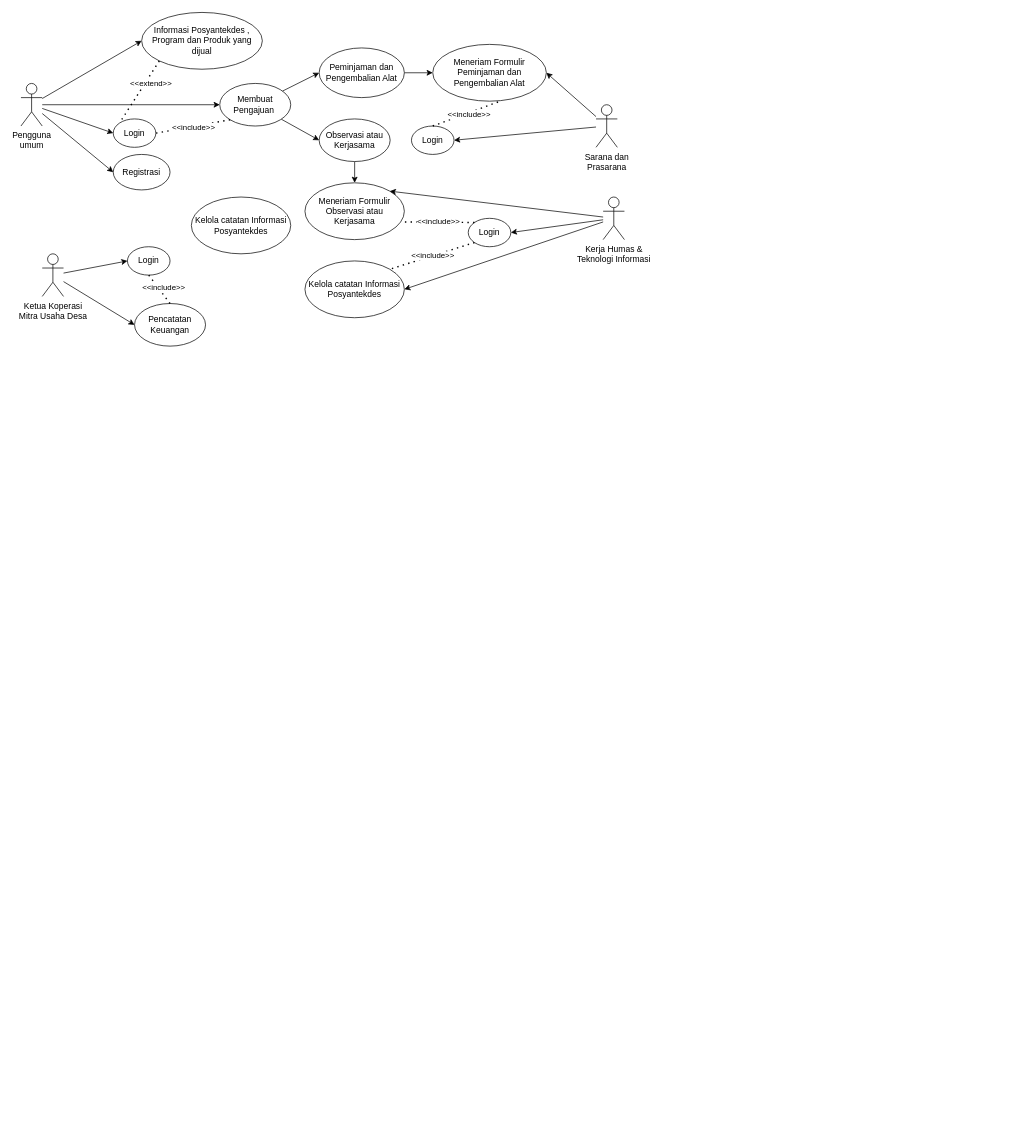
Earlier version of the draw.io diagram OOAD/uas/usecase/main.drawio (syukrillah0108/Sem_4). Source tidied: cells renumbered, new cells numbered last; positions are measured from the earlier drawing's top-left corner, leaving out a move shared by most shapes. Both pictures are drawn from the tidied source at 71%, with x=0, y=0 at pixel (21, 12).
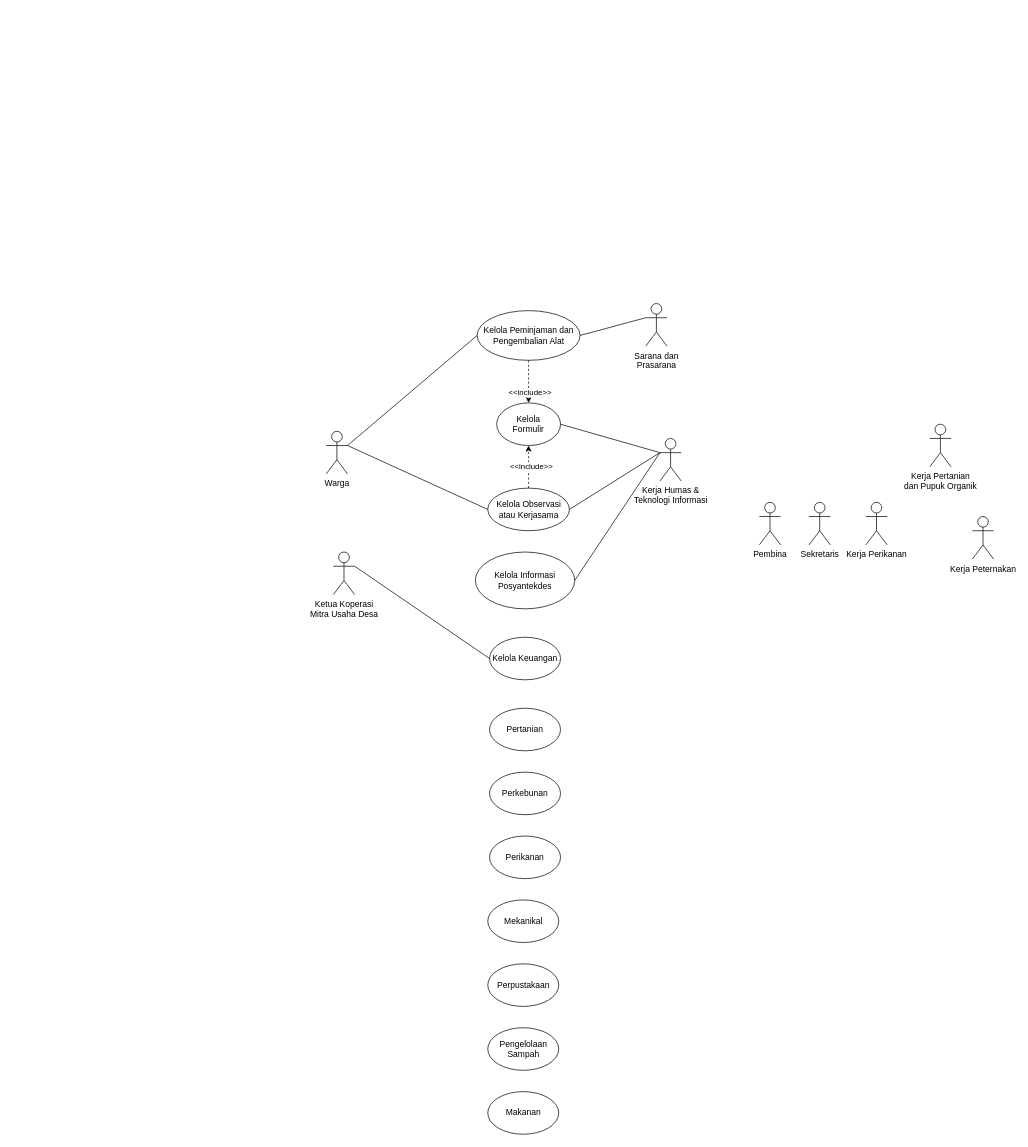
Above is the later version.

Diff of the diagram source:
```diff
@@
-    <mxCell id="2" style="edgeStyle=none;html=1;entryX=0;entryY=0.5;entryDx=0;entryDy=0;" parent="1" edge="1" source="6" target="7">
-      <mxGeometry relative="1" as="geometry" />
-    </mxCell>
-    <mxCell id="3" style="edgeStyle=none;html=1;entryX=0;entryY=0.5;entryDx=0;entryDy=0;" parent="1" edge="1" source="6" target="8">
-      <mxGeometry relative="1" as="geometry" />
-    </mxCell>
-    <mxCell id="4" style="edgeStyle=none;html=1;entryX=0;entryY=0.5;entryDx=0;entryDy=0;" parent="1" edge="1" source="6" target="9">
-      <mxGeometry relative="1" as="geometry" />
-    </mxCell>
-    <mxCell id="5" style="edgeStyle=none;html=1;entryX=0;entryY=0.5;entryDx=0;entryDy=0;" parent="1" edge="1" source="6" target="22">
-      <mxGeometry relative="1" as="geometry" />
-    </mxCell>
-    <mxCell id="6" value="Pengguna&lt;br&gt;umum" style="shape=umlActor;verticalLabelPosition=bottom;verticalAlign=top;html=1;outlineConnect=0;" parent="1" vertex="1">
-      <mxGeometry y="100" width="30" height="60" as="geometry" />
-    </mxCell>
-    <mxCell id="7" value="Login" style="ellipse;whiteSpace=wrap;html=1;" parent="1" vertex="1">
-      <mxGeometry x="130" y="150" width="60" height="40" as="geometry" />
-    </mxCell>
-    <mxCell id="8" value="Registrasi" style="ellipse;whiteSpace=wrap;html=1;" parent="1" vertex="1">
-      <mxGeometry x="130" y="200" width="80" height="50" as="geometry" />
-    </mxCell>
-    <mxCell id="9" value="Informasi Posyantekdes , Program dan Produk yang dijual" style="ellipse;whiteSpace=wrap;html=1;" parent="1" vertex="1">
-      <mxGeometry x="170" width="170" height="80" as="geometry" />
-    </mxCell>
-    <mxCell id="10" style="endArrow=none;dashed=1;html=1;dashPattern=1 3;strokeWidth=2;entryX=0;entryY=0;entryDx=0;entryDy=0;exitX=0;exitY=1;exitDx=0;exitDy=0;" parent="1" edge="1" source="9" target="7">
-      <mxGeometry relative="1" as="geometry" />
-    </mxCell>
-    <mxCell id="11" value="&amp;lt;&amp;lt;extend&amp;gt;&amp;gt;" style="edgeLabel;html=1;align=center;verticalAlign=middle;" parent="10" vertex="1">
-      <mxGeometry x="0.2" relative="1" as="geometry">
-        <mxPoint x="21" y="-21" as="offset" />
-      </mxGeometry>
-    </mxCell>
-    <mxCell id="12" style="edgeStyle=none;html=1;" parent="1" edge="1" source="13" target="19">
-      <mxGeometry relative="1" as="geometry" />
-    </mxCell>
-    <mxCell id="13" value="Peminjaman dan Pengembalian Alat" style="ellipse;whiteSpace=wrap;html=1;" parent="1" vertex="1">
-      <mxGeometry x="420" y="50" width="120" height="70" as="geometry" />
-    </mxCell>
-    <mxCell id="14" style="edgeStyle=none;html=1;" parent="1" edge="1" source="15" target="25">
-      <mxGeometry relative="1" as="geometry" />
-    </mxCell>
-    <mxCell id="15" value="Observasi atau Kerjasama" style="ellipse;whiteSpace=wrap;html=1;" parent="1" vertex="1">
-      <mxGeometry x="420" y="150" width="100" height="60" as="geometry" />
-    </mxCell>
-    <mxCell id="16" style="edgeStyle=none;html=1;entryX=1;entryY=0.5;entryDx=0;entryDy=0;" parent="1" edge="1" source="18" target="26">
-      <mxGeometry relative="1" as="geometry" />
-    </mxCell>
-    <mxCell id="17" style="edgeStyle=none;html=1;entryX=1;entryY=0.5;entryDx=0;entryDy=0;" parent="1" edge="1" source="18" target="19">
-      <mxGeometry relative="1" as="geometry" />
-    </mxCell>
-    <mxCell id="18" value="Sarana dan&lt;br&gt;Prasarana" style="shape=umlActor;verticalLabelPosition=bottom;verticalAlign=top;html=1;outlineConnect=0;" parent="1" vertex="1">
-      <mxGeometry x="810" y="130" width="30" height="60" as="geometry" />
-    </mxCell>
-    <mxCell id="19" value="Meneriam Formulir Peminjaman dan Pengembalian Alat" style="ellipse;whiteSpace=wrap;html=1;" parent="1" vertex="1">
-      <mxGeometry x="580" y="45" width="160" height="80" as="geometry" />
-    </mxCell>
-    <mxCell id="20" style="edgeStyle=none;html=1;entryX=0;entryY=0.5;entryDx=0;entryDy=0;" parent="1" edge="1" source="22" target="13">
-      <mxGeometry relative="1" as="geometry" />
-    </mxCell>
-    <mxCell id="21" style="edgeStyle=none;html=1;entryX=0;entryY=0.5;entryDx=0;entryDy=0;" parent="1" edge="1" source="22" target="15">
-      <mxGeometry relative="1" as="geometry" />
-    </mxCell>
-    <mxCell id="22" value="Membuat Pengajuan&amp;nbsp;" style="ellipse;whiteSpace=wrap;html=1;" parent="1" vertex="1">
-      <mxGeometry x="280" y="100" width="100" height="60" as="geometry" />
-    </mxCell>
-    <mxCell id="23" style="endArrow=none;dashed=1;html=1;dashPattern=1 3;strokeWidth=2;entryX=1;entryY=0.5;entryDx=0;entryDy=0;exitX=0;exitY=1;exitDx=0;exitDy=0;" parent="1" edge="1" source="22" target="7">
-      <mxGeometry relative="1" as="geometry" />
-    </mxCell>
-    <mxCell id="24" value="&amp;lt;&amp;lt;include&amp;gt;&amp;gt;" style="edgeLabel;html=1;align=center;verticalAlign=middle;" parent="23" vertex="1">
-      <mxGeometry x="0.2" relative="1" as="geometry">
-        <mxPoint x="11" y="-1" as="offset" />
-      </mxGeometry>
-    </mxCell>
-    <mxCell id="25" value="Meneriam Formulir Observasi atau Kerjasama" style="ellipse;whiteSpace=wrap;html=1;" parent="1" vertex="1">
-      <mxGeometry x="400" y="240" width="140" height="80" as="geometry" />
-    </mxCell>
-    <mxCell id="26" value="Login" style="ellipse;whiteSpace=wrap;html=1;" parent="1" vertex="1">
-      <mxGeometry x="550" y="160" width="60" height="40" as="geometry" />
-    </mxCell>
-    <mxCell id="27" style="endArrow=none;dashed=1;html=1;dashPattern=1 3;strokeWidth=2;entryX=0.582;entryY=1.009;entryDx=0;entryDy=0;exitX=0.5;exitY=0;exitDx=0;exitDy=0;entryPerimeter=0;" parent="1" edge="1" source="26" target="19">
-      <mxGeometry relative="1" as="geometry" />
-    </mxCell>
-    <mxCell id="28" value="&amp;lt;&amp;lt;include&amp;gt;&amp;gt;" style="edgeLabel;html=1;align=center;verticalAlign=middle;" parent="27" vertex="1">
-      <mxGeometry x="0.2" relative="1" as="geometry">
-        <mxPoint x="-6" y="4" as="offset" />
-      </mxGeometry>
-    </mxCell>
-    <mxCell id="29" style="edgeStyle=none;html=1;entryX=1;entryY=0.5;entryDx=0;entryDy=0;" parent="1" edge="1" source="32" target="33">
-      <mxGeometry relative="1" as="geometry" />
-    </mxCell>
-    <mxCell id="30" style="edgeStyle=none;html=1;entryX=1;entryY=0;entryDx=0;entryDy=0;" parent="1" edge="1" source="32" target="25">
-      <mxGeometry relative="1" as="geometry" />
-    </mxCell>
-    <mxCell id="31" style="edgeStyle=none;html=1;entryX=1;entryY=0.5;entryDx=0;entryDy=0;" parent="1" edge="1" source="32" target="36">
-      <mxGeometry relative="1" as="geometry" />
-    </mxCell>
-    <mxCell id="32" value="Kerja Humas &amp;amp;&lt;br&gt;Teknologi Informasi" style="shape=umlActor;verticalLabelPosition=bottom;verticalAlign=top;html=1;outlineConnect=0;" parent="1" vertex="1">
-      <mxGeometry x="820" y="260" width="30" height="60" as="geometry" />
-    </mxCell>
-    <mxCell id="33" value="Login" style="ellipse;whiteSpace=wrap;html=1;" parent="1" vertex="1">
-      <mxGeometry x="630" y="290" width="60" height="40" as="geometry" />
-    </mxCell>
-    <mxCell id="34" style="endArrow=none;dashed=1;html=1;dashPattern=1 3;strokeWidth=2;entryX=0.982;entryY=0.688;entryDx=0;entryDy=0;exitX=0;exitY=0;exitDx=0;exitDy=0;entryPerimeter=0;" parent="1" edge="1" source="33" target="25">
-      <mxGeometry relative="1" as="geometry" />
-    </mxCell>
-    <mxCell id="35" value="&amp;lt;&amp;lt;include&amp;gt;&amp;gt;" style="edgeLabel;html=1;align=center;verticalAlign=middle;" parent="34" vertex="1">
-      <mxGeometry x="0.2" relative="1" as="geometry">
-        <mxPoint x="10" y="-1" as="offset" />
-      </mxGeometry>
-    </mxCell>
-    <mxCell id="36" value="Kelola catatan Informasi Posyantekdes" style="ellipse;whiteSpace=wrap;html=1;" parent="1" vertex="1">
-      <mxGeometry x="400" y="350" width="140" height="80" as="geometry" />
-    </mxCell>
-    <mxCell id="37" style="endArrow=none;dashed=1;html=1;dashPattern=1 3;strokeWidth=2;entryX=1;entryY=0;entryDx=0;entryDy=0;exitX=0;exitY=1;exitDx=0;exitDy=0;" parent="1" edge="1" source="33" target="36">
-      <mxGeometry relative="1" as="geometry" />
-    </mxCell>
-    <mxCell id="38" value="&amp;lt;&amp;lt;include&amp;gt;&amp;gt;" style="edgeLabel;html=1;align=center;verticalAlign=middle;" parent="37" vertex="1">
-      <mxGeometry x="0.2" relative="1" as="geometry">
-        <mxPoint x="12" y="-4" as="offset" />
-      </mxGeometry>
-    </mxCell>
-    <mxCell id="39" style="edgeStyle=none;html=1;entryX=0;entryY=0.5;entryDx=0;entryDy=0;" parent="1" edge="1" source="41" target="42">
-      <mxGeometry relative="1" as="geometry" />
-    </mxCell>
-    <mxCell id="40" style="edgeStyle=none;html=1;entryX=0;entryY=0.5;entryDx=0;entryDy=0;" parent="1" edge="1" source="41" target="43">
-      <mxGeometry relative="1" as="geometry" />
-    </mxCell>
     <mxCell id="41" value="Ketua Koperasi&lt;br&gt;Mitra Usaha Desa" style="shape=umlActor;verticalLabelPosition=bottom;verticalAlign=top;html=1;outlineConnect=0;" parent="1" vertex="1">
-      <mxGeometry x="30" y="340" width="30" height="60" as="geometry" />
+      <mxGeometry x="440" y="760" width="30" height="60" as="geometry" />
     </mxCell>
-    <mxCell id="42" value="Pencatatan Keuangan" style="ellipse;whiteSpace=wrap;html=1;" parent="1" vertex="1">
-      <mxGeometry x="160" y="410" width="100" height="60" as="geometry" />
+    <mxCell id="42" value="Kelola Keuangan" style="ellipse;whiteSpace=wrap;html=1;" parent="1" vertex="1">
+      <mxGeometry x="660" y="880" width="100" height="60" as="geometry" />
     </mxCell>
-    <mxCell id="43" value="Login" style="ellipse;whiteSpace=wrap;html=1;" parent="1" vertex="1">
-      <mxGeometry x="150" y="330" width="60" height="40" as="geometry" />
-    </mxCell>
-    <mxCell id="44" style="endArrow=none;dashed=1;html=1;dashPattern=1 3;strokeWidth=2;entryX=0.5;entryY=0;entryDx=0;entryDy=0;exitX=0.5;exitY=1;exitDx=0;exitDy=0;" parent="1" edge="1" source="43" target="42">
-      <mxGeometry relative="1" as="geometry" />
-    </mxCell>
-    <mxCell id="45" value="&amp;lt;&amp;lt;include&amp;gt;&amp;gt;" style="edgeLabel;html=1;align=center;verticalAlign=middle;" parent="44" vertex="1">
-      <mxGeometry x="0.2" relative="1" as="geometry">
-        <mxPoint x="2" y="-8" as="offset" />
-      </mxGeometry>
-    </mxCell>
-    <mxCell id="46" value="Kelola catatan Informasi Posyantekdes" style="ellipse;whiteSpace=wrap;html=1;" parent="1" vertex="1">
-      <mxGeometry x="240" y="260" width="140" height="80" as="geometry" />
-    </mxCell>
+    <mxCell id="32" value="Kerja Humas &amp;amp;&lt;br&gt;Teknologi Informasi" style="shape=umlActor;verticalLabelPosition=bottom;verticalAlign=top;html=1;outlineConnect=0;" parent="1" vertex="1">
+      <mxGeometry x="900" y="600" width="30" height="60" as="geometry" />
+    </mxCell>
+    <mxCell id="47" value="Kelola Peminjaman dan Pengembalian Alat" style="ellipse;whiteSpace=wrap;html=1;" parent="1" vertex="1">
+      <mxGeometry x="642.5" y="420" width="145" height="70" as="geometry" />
+    </mxCell>
+    <mxCell id="48" value="Kelola Observasi atau Kerjasama" style="ellipse;whiteSpace=wrap;html=1;" parent="1" vertex="1">
+      <mxGeometry x="657.5" y="670" width="115" height="60" as="geometry" />
+    </mxCell>
+    <mxCell id="49" value="Warga" style="shape=umlActor;verticalLabelPosition=bottom;verticalAlign=top;html=1;outlineConnect=0;" parent="1" vertex="1">
+      <mxGeometry x="430" y="590" width="30" height="60" as="geometry" />
+    </mxCell>
+    <mxCell id="50" value="Kelola Informasi Posyantekdes" style="ellipse;whiteSpace=wrap;html=1;" parent="1" vertex="1">
+      <mxGeometry x="640" y="760" width="140" height="80" as="geometry" />
+    </mxCell>
+    <mxCell id="51" style="endArrow=none;html=1;exitX=1;exitY=0.5;exitDx=0;exitDy=0;entryX=0;entryY=0.3333333333333333;entryDx=0;entryDy=0;entryPerimeter=0;" parent="1" edge="1" source="50" target="32">
+      <mxGeometry relative="1" as="geometry" />
+    </mxCell>
+    <mxCell id="52" value="Kelola&lt;br&gt;Formulir" style="ellipse;whiteSpace=wrap;html=1;" parent="1" vertex="1">
+      <mxGeometry x="670" y="550" width="90" height="60" as="geometry" />
+    </mxCell>
+    <mxCell id="53" style="endArrow=none;html=1;exitX=1;exitY=0.5;exitDx=0;exitDy=0;entryX=0;entryY=0.3333333333333333;entryDx=0;entryDy=0;entryPerimeter=0;" parent="1" edge="1" source="47" target="18">
+      <mxGeometry relative="1" as="geometry" />
+    </mxCell>
+    <mxCell id="54" style="endArrow=none;html=1;entryX=0;entryY=0.5;entryDx=0;entryDy=0;exitX=1;exitY=0.3333333333333333;exitDx=0;exitDy=0;exitPerimeter=0;" parent="1" edge="1" source="49" target="47">
+      <mxGeometry relative="1" as="geometry" />
+    </mxCell>
+    <mxCell id="18" value="Sarana dan&lt;br&gt;Prasarana" style="shape=umlActor;verticalLabelPosition=bottom;verticalAlign=top;html=1;outlineConnect=0;" parent="1" vertex="1">
+      <mxGeometry x="880" y="410" width="30" height="60" as="geometry" />
+    </mxCell>
+    <mxCell id="55" style="endArrow=none;html=1;entryX=0;entryY=0.5;entryDx=0;entryDy=0;exitX=1;exitY=0.3333333333333333;exitDx=0;exitDy=0;exitPerimeter=0;" parent="1" edge="1" source="49" target="48">
+      <mxGeometry relative="1" as="geometry" />
+    </mxCell>
+    <mxCell id="56" style="endArrow=none;html=1;exitX=1;exitY=0.5;exitDx=0;exitDy=0;entryX=0;entryY=0.3333333333333333;entryDx=0;entryDy=0;entryPerimeter=0;" parent="1" edge="1" source="48" target="32">
+      <mxGeometry relative="1" as="geometry" />
+    </mxCell>
+    <mxCell id="39" style="endArrow=none;html=1;exitX=1;exitY=0.3333333333333333;exitDx=0;exitDy=0;entryX=0;entryY=0.5;entryDx=0;entryDy=0;exitPerimeter=0;" parent="1" edge="1" source="41" target="42">
+      <mxGeometry relative="1" as="geometry" />
+    </mxCell>
+    <mxCell id="57" style="endArrow=classic;dashed=1;html=1;exitX=0.5;exitY=0;exitDx=0;exitDy=0;entryX=0.5;entryY=1;entryDx=0;entryDy=0;" parent="1" edge="1" source="48" target="52">
+      <mxGeometry relative="1" as="geometry" />
+    </mxCell>
+    <mxCell id="58" value="&amp;lt;&amp;lt;include&amp;gt;&amp;gt;" style="edgeLabel;html=1;align=center;verticalAlign=middle;" parent="57" vertex="1">
+      <mxGeometry x="0.25" y="-1" relative="1" as="geometry">
+        <mxPoint x="2" y="7" as="offset" />
+      </mxGeometry>
+    </mxCell>
+    <mxCell id="59" value="Pertanian" style="ellipse;whiteSpace=wrap;html=1;" parent="1" vertex="1">
+      <mxGeometry x="660" y="980" width="100" height="60" as="geometry" />
+    </mxCell>
+    <mxCell id="60" value="Perkebunan" style="ellipse;whiteSpace=wrap;html=1;" parent="1" vertex="1">
+      <mxGeometry x="660" y="1070" width="100" height="60" as="geometry" />
+    </mxCell>
+    <mxCell id="61" value="Perikanan" style="ellipse;whiteSpace=wrap;html=1;" parent="1" vertex="1">
+      <mxGeometry x="660" y="1160" width="100" height="60" as="geometry" />
+    </mxCell>
+    <mxCell id="62" value="Mekanikal" style="ellipse;whiteSpace=wrap;html=1;" parent="1" vertex="1">
+      <mxGeometry x="657.5" y="1250" width="100" height="60" as="geometry" />
+    </mxCell>
+    <mxCell id="63" value="Perpustakaan" style="ellipse;whiteSpace=wrap;html=1;" parent="1" vertex="1">
+      <mxGeometry x="657.5" y="1340" width="100" height="60" as="geometry" />
+    </mxCell>
+    <mxCell id="64" value="Pengelolaan Sampah" style="ellipse;whiteSpace=wrap;html=1;" parent="1" vertex="1">
+      <mxGeometry x="657.5" y="1430" width="100" height="60" as="geometry" />
+    </mxCell>
+    <mxCell id="65" value="Makanan" style="ellipse;whiteSpace=wrap;html=1;" parent="1" vertex="1">
+      <mxGeometry x="657.5" y="1520" width="100" height="60" as="geometry" />
+    </mxCell>
+    <mxCell id="66" value="Pembina" style="shape=umlActor;verticalLabelPosition=bottom;verticalAlign=top;html=1;" parent="1" vertex="1">
+      <mxGeometry x="1040" y="690" width="30" height="60" as="geometry" />
+    </mxCell>
+    <mxCell id="67" value="Sekretaris" style="shape=umlActor;verticalLabelPosition=bottom;verticalAlign=top;html=1;" parent="1" vertex="1">
+      <mxGeometry x="1110" y="690" width="30" height="60" as="geometry" />
+    </mxCell>
+    <mxCell id="68" value="Kerja Perikanan" style="shape=umlActor;verticalLabelPosition=bottom;verticalAlign=top;html=1;" parent="1" vertex="1">
+      <mxGeometry x="1190" y="690" width="30" height="60" as="geometry" />
+    </mxCell>
+    <mxCell id="69" value="Kerja Pertanian&lt;br&gt;dan Pupuk Organik" style="shape=umlActor;verticalLabelPosition=bottom;verticalAlign=top;html=1;" parent="1" vertex="1">
+      <mxGeometry x="1280" y="580" width="30" height="60" as="geometry" />
+    </mxCell>
+    <mxCell id="70" value="Kerja Peternakan" style="shape=umlActor;verticalLabelPosition=bottom;verticalAlign=top;html=1;" parent="1" vertex="1">
+      <mxGeometry x="1340" y="710" width="30" height="60" as="geometry" />
+    </mxCell>
+    <mxCell id="71" style="endArrow=none;html=1;exitX=1;exitY=0.5;exitDx=0;exitDy=0;entryX=0;entryY=0.3333333333333333;entryDx=0;entryDy=0;entryPerimeter=0;" parent="1" edge="1" source="52" target="32">
+      <mxGeometry relative="1" as="geometry" />
+    </mxCell>
+    <mxCell id="72" style="endArrow=classic;dashed=1;html=1;exitX=0.5;exitY=1;exitDx=0;exitDy=0;entryX=0.5;entryY=0;entryDx=0;entryDy=0;" parent="1" edge="1" source="47" target="52">
+      <mxGeometry relative="1" as="geometry" />
+    </mxCell>
+    <mxCell id="73" value="&amp;lt;&amp;lt;include&amp;gt;&amp;gt;" style="edgeLabel;html=1;align=center;verticalAlign=middle;" parent="72" vertex="1">
+      <mxGeometry x="0.25" y="-1" relative="1" as="geometry">
+        <mxPoint x="2" y="7" as="offset" />
+      </mxGeometry>
+    </mxCell>
```
